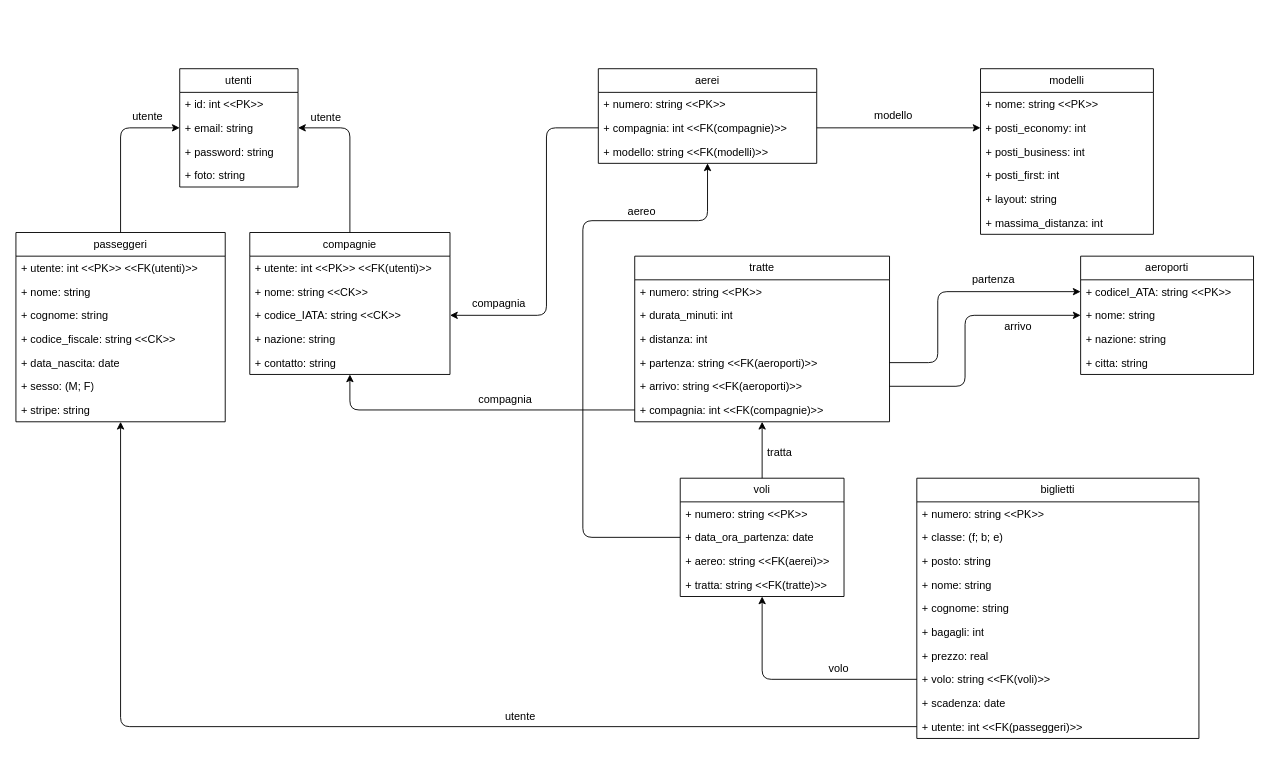
Earlier version of the draw.io diagram db/db (relazionale).drawio (sabscarpenter/SkyTravel-TS). Source tidied: cells renumbered, new cells numbered last; positions are measured from the earlier drawing's top-left corner, leaving out a move shared by most shapes. Both pictures are drawn from the tidied source at 91%, with x=0, y=0 at pixel (15, 68).
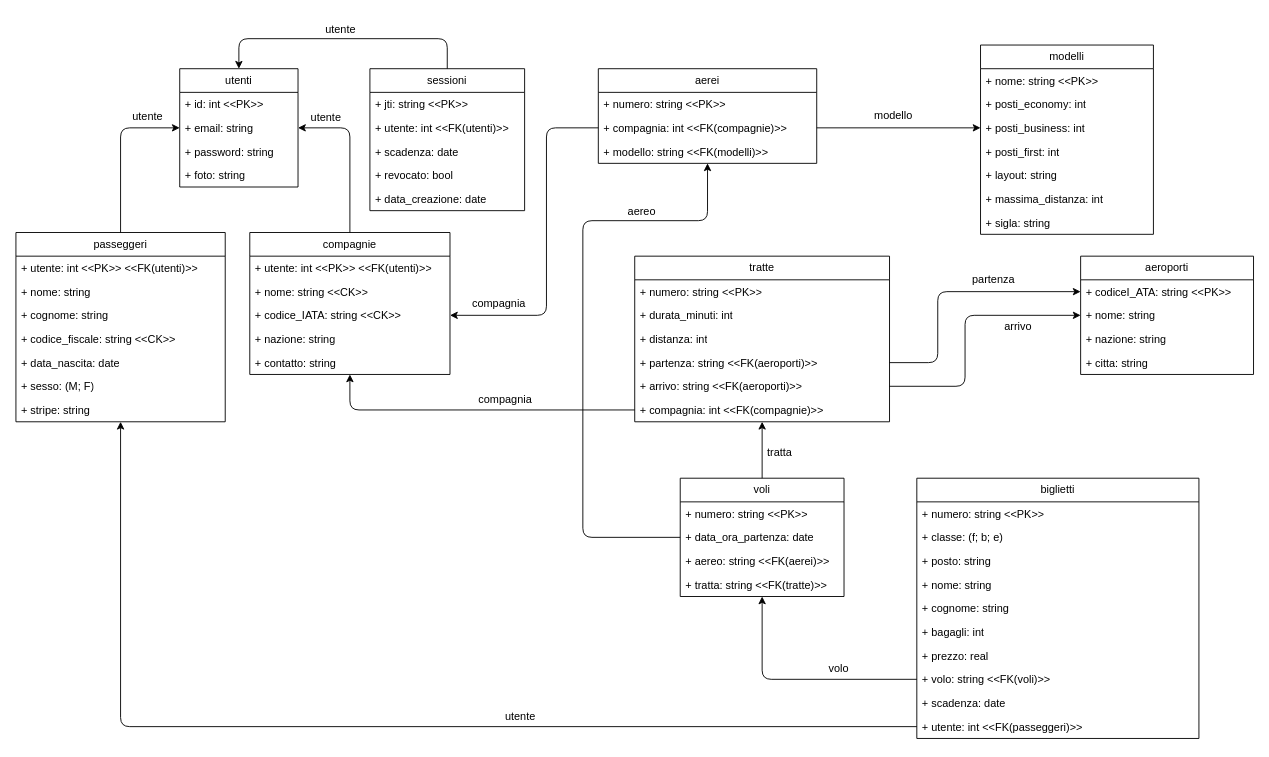
The same page after the edit.

Unchanged cells that the change refers to:
```xml
<mxCell id="2" value="utenti" style="swimlane;fontStyle=0;horizontal=1;startSize=26;fillColor=none;whiteSpace=wrap;html=1;" parent="1" vertex="1">
  <mxGeometry x="180" width="130" height="130" as="geometry" />
</mxCell>
<mxCell id="23" value="+ compagnia: int &amp;lt;&amp;lt;FK(&lt;span style=&quot;color: rgb(0, 0, 0);&quot;&gt;compagnie&lt;/span&gt;&lt;span style=&quot;text-align: center;&quot;&gt;)&lt;/span&gt;&amp;gt;&amp;gt;" style="text;strokeColor=none;fillColor=none;align=left;verticalAlign=top;spacingLeft=4;spacingRight=4;overflow=hidden;points=[[0,0.5],[1,0.5]];portConstraint=eastwest;whiteSpace=wrap;html=1;" parent="21" vertex="1">
  <mxGeometry y="52" width="240" height="26" as="geometry" />
</mxCell>
<mxCell id="29" value="+ posti_economy: int" style="text;strokeColor=none;fillColor=none;align=left;verticalAlign=top;spacingLeft=4;spacingRight=4;overflow=hidden;points=[[0,0.5],[1,0.5]];portConstraint=eastwest;whiteSpace=wrap;html=1;" parent="27" vertex="1">
  <mxGeometry y="52" width="190" height="26" as="geometry" />
</mxCell>
<mxCell id="30" value="+ posti_business: int" style="text;strokeColor=none;fillColor=none;align=left;verticalAlign=top;spacingLeft=4;spacingRight=4;overflow=hidden;points=[[0,0.5],[1,0.5]];portConstraint=eastwest;whiteSpace=wrap;html=1;" parent="27" vertex="1">
  <mxGeometry y="78" width="190" height="26" as="geometry" />
</mxCell>
```

Change to the diagram source:
```diff
@@
     <mxCell id="27" value="modelli" style="swimlane;fontStyle=0;horizontal=1;startSize=26;fillColor=none;whiteSpace=wrap;html=1;" parent="1" vertex="1">
-      <mxGeometry x="1060" width="190" height="182" as="geometry" />
+      <mxGeometry x="1060" y="-26" width="190" height="208" as="geometry" />
     </mxCell>
@@
+    <mxCell id="82" value="&lt;span style=&quot;color: rgb(0, 0, 0);&quot;&gt;+ sigla: string&lt;/span&gt;" style="text;strokeColor=none;fillColor=none;align=left;verticalAlign=top;spacingLeft=4;spacingRight=4;overflow=hidden;whiteSpace=wrap;html=1;" parent="27" vertex="1">
+      <mxGeometry y="182" width="190" height="26" as="geometry" />
+    </mxCell>
@@
-    <mxCell id="74" style="endArrow=classic;html=1;exitX=1;exitY=0.5;exitDx=0;exitDy=0;entryX=0;entryY=0.5;entryDx=0;entryDy=0;" parent="1" edge="1" source="23" target="29">
+    <mxCell id="74" style="endArrow=classic;html=1;exitX=1;exitY=0.5;exitDx=0;exitDy=0;entryX=0;entryY=0.5;entryDx=0;entryDy=0;" parent="1" edge="1" source="23" target="30">
       <mxGeometry relative="1" as="geometry" />
     </mxCell>
@@
+    <mxCell id="83" value="sessioni" style="swimlane;fontStyle=0;horizontal=1;startSize=26;fillColor=none;whiteSpace=wrap;html=1;" parent="1" vertex="1">
+      <mxGeometry x="389" width="170" height="156" as="geometry" />
+    </mxCell>
+    <mxCell id="84" value="+ jti: string &amp;lt;&amp;lt;PK&amp;gt;&amp;gt;" style="text;strokeColor=none;fillColor=none;align=left;verticalAlign=top;spacingLeft=4;spacingRight=4;overflow=hidden;whiteSpace=wrap;html=1;" parent="83" vertex="1">
+      <mxGeometry y="26" width="170" height="26" as="geometry" />
+    </mxCell>
+    <mxCell id="85" value="+ utente: int &amp;lt;&amp;lt;FK(utenti)&amp;gt;&amp;gt;" style="text;strokeColor=none;fillColor=none;align=left;verticalAlign=top;spacingLeft=4;spacingRight=4;overflow=hidden;whiteSpace=wrap;html=1;" parent="83" vertex="1">
+      <mxGeometry y="52" width="170" height="26" as="geometry" />
+    </mxCell>
+    <mxCell id="86" value="+ scadenza: date" style="text;strokeColor=none;fillColor=none;align=left;verticalAlign=top;spacingLeft=4;spacingRight=4;overflow=hidden;whiteSpace=wrap;html=1;" parent="83" vertex="1">
+      <mxGeometry y="78" width="170" height="26" as="geometry" />
+    </mxCell>
+    <mxCell id="87" value="+ revocato: bool" style="text;strokeColor=none;fillColor=none;align=left;verticalAlign=top;spacingLeft=4;spacingRight=4;overflow=hidden;whiteSpace=wrap;html=1;" parent="83" vertex="1">
+      <mxGeometry y="104" width="170" height="26" as="geometry" />
+    </mxCell>
+    <mxCell id="88" value="+ data_creazione: date" style="text;strokeColor=none;fillColor=none;align=left;verticalAlign=top;spacingLeft=4;spacingRight=4;overflow=hidden;whiteSpace=wrap;html=1;" parent="83" vertex="1">
+      <mxGeometry y="130" width="170" height="26" as="geometry" />
+    </mxCell>
+    <mxCell id="89" style="endArrow=classic;html=1;exitX=0.5;exitY=0;exitDx=0;exitDy=0;entryX=0.5;entryY=0;entryDx=0;entryDy=0;" parent="1" edge="1" source="83" target="2">
+      <mxGeometry relative="1" as="geometry">
+        <Array as="points">
+          <mxPoint x="474" y="-33" />
+          <mxPoint x="245" y="-33" />
+        </Array>
+      </mxGeometry>
+    </mxCell>
+    <mxCell id="90" value="utente" style="text;html=1;align=center;verticalAlign=middle;whiteSpace=wrap;rounded=0;rotation=0;" parent="1" vertex="1">
+      <mxGeometry x="327" y="-58" width="60" height="30" as="geometry" />
+    </mxCell>
```
